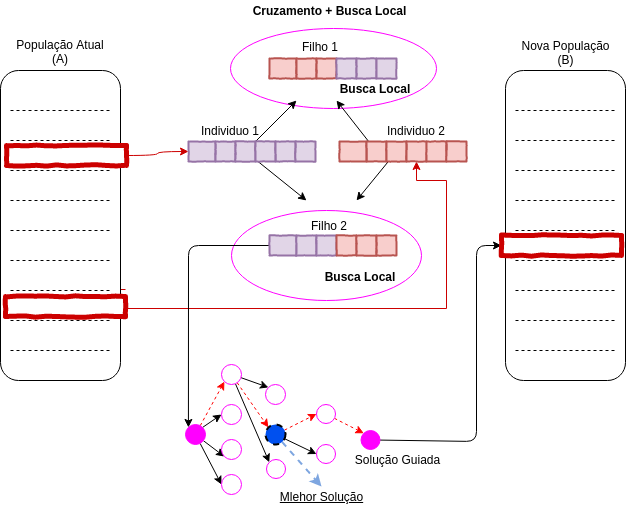
Above: Draw/GLSPR.drawio.png in thuansilva/Estudo (draw.io), before the change. Source tidied: cells renumbered, new cells last; positions are measured from the earlier drawing's top-left corner, leaving out a move shared by most shapes.
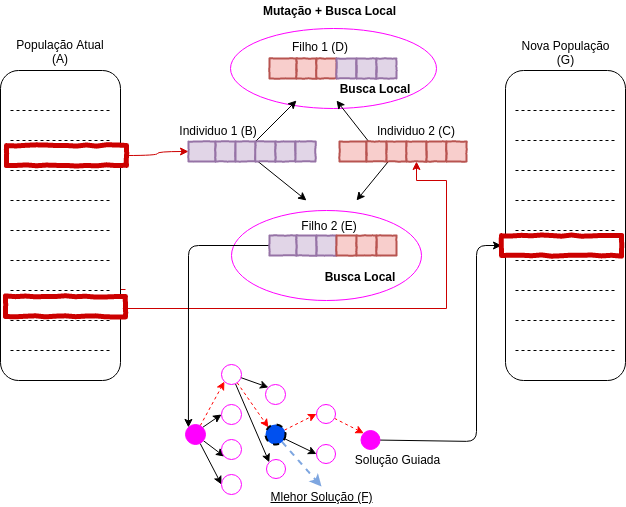
After the commit.

Commit message:
Modificações no GLPR

Change to the diagram source:
```diff
@@ -239,10 +239,10 @@
     <mxCell id="55" style="html=1;whiteSpace=wrap;comic=1;strokeWidth=2;fontFamily=Comic Sans MS;fontStyle=1;fillColor=#e1d5e7;strokeColor=#9673a6;" parent="1" vertex="1">
       <mxGeometry x="376" y="58" width="20" height="20" as="geometry" />
     </mxCell>
-    <mxCell id="56" value="Individuo 1" style="text;html=1;strokeColor=none;fillColor=none;align=center;verticalAlign=middle;whiteSpace=wrap;rounded=0;" parent="1" vertex="1">
-      <mxGeometry x="185" y="120" width="90" height="20" as="geometry" />
+    <mxCell id="56" value="Individuo 1 (B)" style="text;html=1;strokeColor=none;fillColor=none;align=center;verticalAlign=middle;whiteSpace=wrap;rounded=0;" parent="1" vertex="1">
+      <mxGeometry x="173" y="120" width="90" height="20" as="geometry" />
     </mxCell>
-    <mxCell id="57" value="Individuo 2" style="text;html=1;strokeColor=none;fillColor=none;align=center;verticalAlign=middle;whiteSpace=wrap;rounded=0;" parent="1" vertex="1">
+    <mxCell id="57" value="Individuo 2 (C)" style="text;html=1;strokeColor=none;fillColor=none;align=center;verticalAlign=middle;whiteSpace=wrap;rounded=0;" parent="1" vertex="1">
       <mxGeometry x="371" y="120" width="90" height="20" as="geometry" />
     </mxCell>
     <mxCell id="58" style="html=1;whiteSpace=wrap;comic=1;strokeWidth=5;fontFamily=Comic Sans MS;fontStyle=1;fillColor=#FFFFFF;strokeColor=#CC0000;fontColor=#ffffff;" parent="1" vertex="1">
@@ -251,16 +251,16 @@
     <mxCell id="59" value="&lt;b&gt;Busca Local&lt;/b&gt;&lt;span style=&quot;color: rgba(0 , 0 , 0 , 0) ; font-family: monospace ; font-size: 0px&quot;&gt;%3CmxGraphModel%3E%3Croot%3E%3CmxCell%20id%3D%220%22%2F%3E%3CmxCell%20id%3D%221%22%20parent%3D%220%22%2F%3E%3CmxCell%20id%3D%222%22%20value%3D%22Filho%202%22%20style%3D%22text%3Bhtml%3D1%3BstrokeColor%3Dnone%3BfillColor%3Dnone%3Balign%3Dcenter%3BverticalAlign%3Dmiddle%3BwhiteSpace%3Dwrap%3Brounded%3D0%3B%22%20vertex%3D%221%22%20parent%3D%221%22%3E%3CmxGeometry%20x%3D%22345%22%20y%3D%22325%22%20width%3D%2290%22%20height%3D%2220%22%20as%3D%22geometry%22%2F%3E%3C%2FmxCell%3E%3C%2Froot%3E%3C%2FmxGraphModel%3E&lt;/span&gt;" style="text;html=1;strokeColor=none;fillColor=none;align=center;verticalAlign=middle;whiteSpace=wrap;rounded=0;" parent="1" vertex="1">
       <mxGeometry x="315" y="266" width="90" height="20" as="geometry" />
     </mxCell>
-    <mxCell id="60" value="Filho 1" style="text;html=1;strokeColor=none;fillColor=none;align=center;verticalAlign=middle;whiteSpace=wrap;rounded=0;" parent="1" vertex="1">
+    <mxCell id="60" value="Filho 1 (D)" style="text;html=1;strokeColor=none;fillColor=none;align=center;verticalAlign=middle;whiteSpace=wrap;rounded=0;" parent="1" vertex="1">
       <mxGeometry x="275" y="36" width="90" height="20" as="geometry" />
     </mxCell>
     <mxCell id="61" value="&lt;b&gt;Busca Local&lt;/b&gt;&lt;span style=&quot;color: rgba(0 , 0 , 0 , 0) ; font-family: monospace ; font-size: 0px&quot;&gt;%3CmxGraphModel%3E%3Croot%3E%3CmxCell%20id%3D%220%22%2F%3E%3CmxCell%20id%3D%221%22%20parent%3D%220%22%2F%3E%3CmxCell%20id%3D%222%22%20value%3D%22Filho%202%22%20style%3D%22text%3Bhtml%3D1%3BstrokeColor%3Dnone%3BfillColor%3Dnone%3Balign%3Dcenter%3BverticalAlign%3Dmiddle%3BwhiteSpace%3Dwrap%3Brounded%3D0%3B%22%20vertex%3D%221%22%20parent%3D%221%22%3E%3CmxGeometry%20x%3D%22345%22%20y%3D%22325%22%20width%3D%2290%22%20height%3D%2220%22%20as%3D%22geometry%22%2F%3E%3C%2FmxCell%3E%3C%2Froot%3E%3C%2FmxGraphModel%3E&lt;/span&gt;" style="text;html=1;strokeColor=none;fillColor=none;align=center;verticalAlign=middle;whiteSpace=wrap;rounded=0;" parent="1" vertex="1">
       <mxGeometry x="330" y="78" width="90" height="20" as="geometry" />
     </mxCell>
-    <mxCell id="62" value="Filho 2" style="text;html=1;strokeColor=none;fillColor=none;align=center;verticalAlign=middle;whiteSpace=wrap;rounded=0;" parent="1" vertex="1">
+    <mxCell id="62" value="Filho 2 (E)" style="text;html=1;strokeColor=none;fillColor=none;align=center;verticalAlign=middle;whiteSpace=wrap;rounded=0;" parent="1" vertex="1">
       <mxGeometry x="284" y="215" width="90" height="20" as="geometry" />
     </mxCell>
-    <mxCell id="63" value="&lt;b&gt;Cruzamento + Busca Local&lt;/b&gt;" style="text;html=1;strokeColor=none;fillColor=none;align=center;verticalAlign=middle;whiteSpace=wrap;rounded=0;" parent="1" vertex="1">
+    <mxCell id="63" value="&lt;b&gt;Mutação + Busca Local&lt;/b&gt;" style="text;html=1;strokeColor=none;fillColor=none;align=center;verticalAlign=middle;whiteSpace=wrap;rounded=0;" parent="1" vertex="1">
       <mxGeometry x="231" width="197" height="20" as="geometry" />
     </mxCell>
     <mxCell id="64" style="rounded=0;jettySize=auto;html=1;exitX=1;exitY=0;exitDx=0;exitDy=0;entryX=0;entryY=0.5;entryDx=0;entryDy=0;" parent="1" edge="1" source="68" target="71">
@@ -340,7 +340,7 @@
     <mxCell id="87" style="html=1;whiteSpace=wrap;comic=1;strokeWidth=5;fontFamily=Comic Sans MS;fontStyle=1;fillColor=#FFFFFF;strokeColor=#CC0000;fontColor=#ffffff;" parent="1" vertex="1">
       <mxGeometry x="501" y="235" width="120" height="20" as="geometry" />
     </mxCell>
-    <mxCell id="88" value="&lt;u&gt;Mlehor Solução&lt;/u&gt;" style="text;html=1;strokeColor=none;fillColor=none;align=center;verticalAlign=middle;whiteSpace=wrap;rounded=0;" parent="1" vertex="1">
+    <mxCell id="88" value="&lt;u&gt;Mlehor Solução (F)&lt;/u&gt;" style="text;html=1;strokeColor=none;fillColor=none;align=center;verticalAlign=middle;whiteSpace=wrap;rounded=0;" parent="1" vertex="1">
       <mxGeometry x="262.5" y="486" width="117" height="20" as="geometry" />
     </mxCell>
     <mxCell id="89" value="Solução Guiada" style="text;html=1;strokeColor=none;fillColor=none;align=center;verticalAlign=middle;whiteSpace=wrap;rounded=0;" parent="1" vertex="1">
@@ -349,7 +349,7 @@
     <mxCell id="90" value="População Atual (A)" style="text;html=1;strokeColor=none;fillColor=none;align=center;verticalAlign=middle;whiteSpace=wrap;rounded=0;" parent="1" vertex="1">
       <mxGeometry x="15" y="41" width="90" height="20" as="geometry" />
     </mxCell>
-    <mxCell id="91" value="Nova População (B)" style="text;html=1;strokeColor=none;fillColor=none;align=center;verticalAlign=middle;whiteSpace=wrap;rounded=0;" parent="1" vertex="1">
+    <mxCell id="91" value="Nova População (G)" style="text;html=1;strokeColor=none;fillColor=none;align=center;verticalAlign=middle;whiteSpace=wrap;rounded=0;" parent="1" vertex="1">
       <mxGeometry x="515" y="42" width="101" height="20" as="geometry" />
     </mxCell>
   </root>
```
